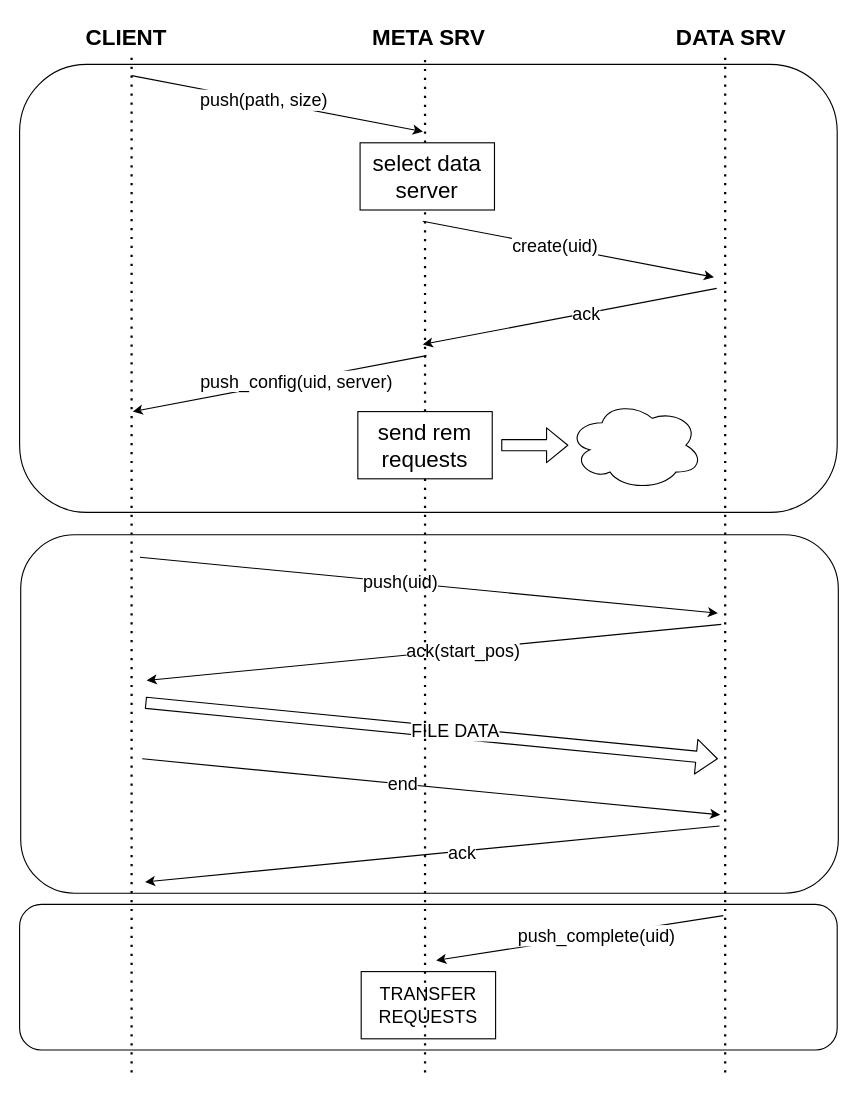
ale99WGiais/tesina_iot keeps this draw.io diagram as diagrams/requests/push request.drawio. Above is the earlier version. Source tidied: cells renumbered, new cells numbered last; positions are measured from the earlier drawing's top-left corner, leaving out a move shared by most shapes. Both pictures are drawn from the tidied source at 112%, with x=0, y=0 at pixel (19, 19).
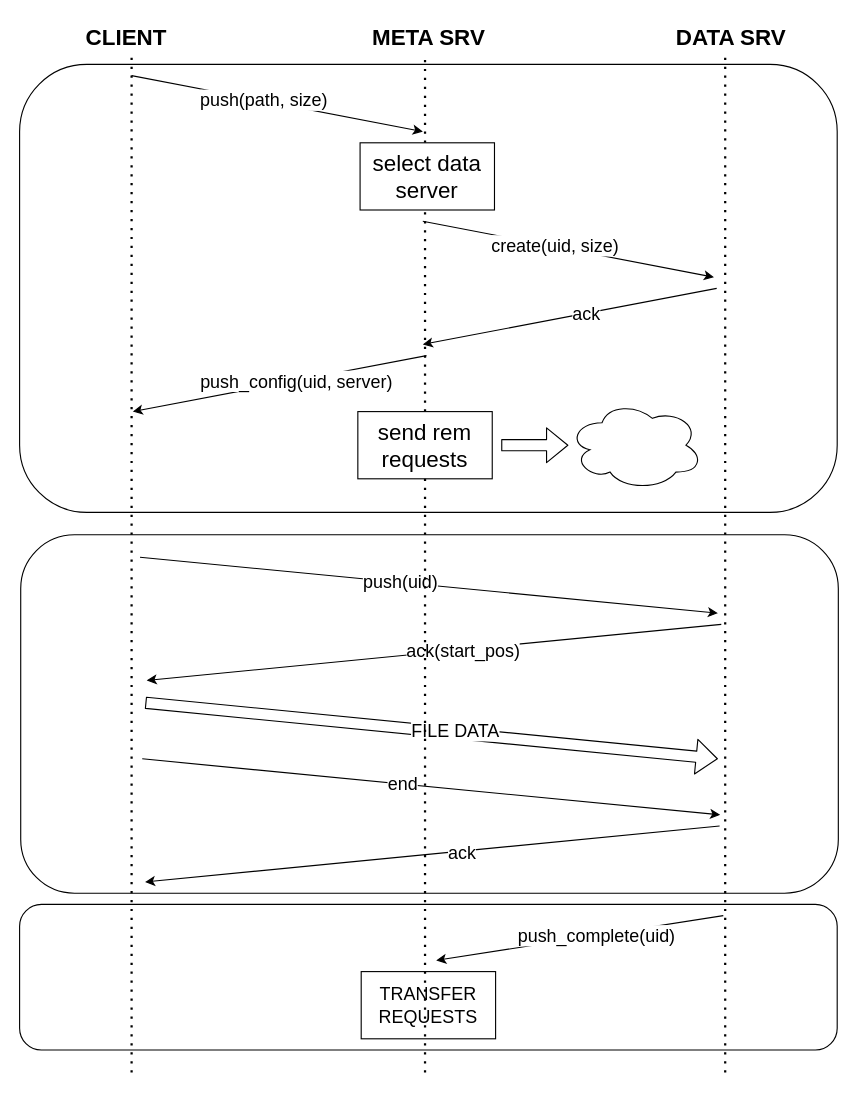
After the change.

The change refers to these unchanged cells:
```xml
<mxCell id="11" style="endArrow=classic;html=1;fontSize=16;" parent="1" edge="1">
  <mxGeometry relative="1" as="geometry">
    <mxPoint x="360" y="180" as="sourcePoint" />
    <mxPoint x="620" y="230" as="targetPoint" />
  </mxGeometry>
</mxCell>
```

Change to the diagram source:
```diff
@@
-    <mxCell id="12" value="create(uid)" style="edgeLabel;html=1;align=center;verticalAlign=middle;fontSize=16;" parent="11" vertex="1">
+    <mxCell id="12" value="create(uid, size)" style="edgeLabel;html=1;align=center;verticalAlign=middle;fontSize=16;" parent="11" vertex="1">
       <mxGeometry x="-0.1" y="1" relative="1" as="geometry" />
     </mxCell>
```
